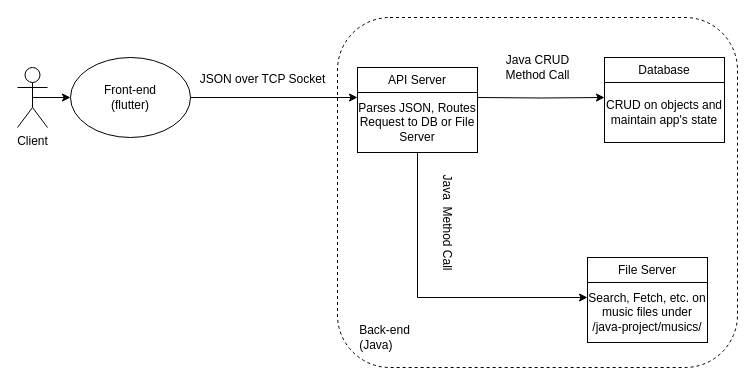
The draw.io diagram AP-project-diagram.drawio in mohsenkamini/SBU_AP_Project_Java, before the edit. Source tidied: cells renumbered, new cells numbered last; positions are measured from the earlier drawing's top-left corner, leaving out a move shared by most shapes. Both pictures are drawn from the tidied source at 100%, with x=0, y=0 at pixel (17, 17).
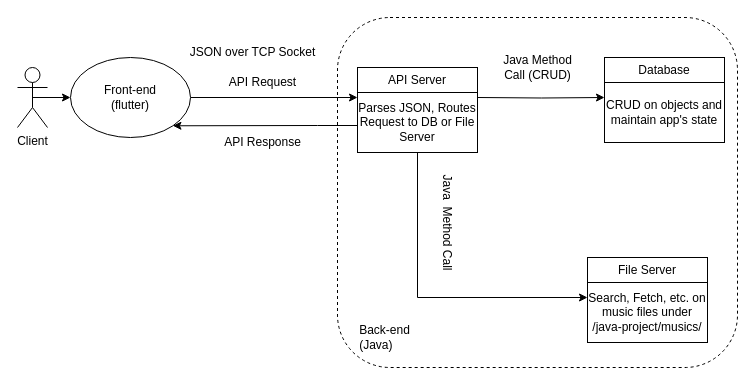
The same page after the edit.

The change refers to these unchanged cells:
```xml
<mxCell id="3" value="Front-end&lt;br&gt;(flutter)" style="ellipse;whiteSpace=wrap;html=1;" parent="1" vertex="1">
  <mxGeometry x="53" y="40" width="120" height="80" as="geometry" />
</mxCell>
<mxCell id="15" value="Parses JSON, Routes Request to DB or File Server" style="rounded=0;whiteSpace=wrap;html=1;" parent="13" vertex="1">
  <mxGeometry y="25" width="120" height="60" as="geometry" />
</mxCell>
```

The edit, as a diff of the source:
```diff
@@
     <mxCell id="9" value="JSON over TCP Socket" style="text;html=1;align=center;verticalAlign=middle;strokeColor=none;fillColor=none;" parent="1" vertex="1">
-      <mxGeometry x="170" y="47" width="150" height="30" as="geometry" />
+      <mxGeometry x="160" y="20" width="150" height="30" as="geometry" />
     </mxCell>
@@
-    <mxCell id="11" value="Java CRUD&lt;br&gt;Method Call" style="text;html=1;align=center;verticalAlign=middle;strokeColor=none;fillColor=none;" parent="1" vertex="1">
+    <mxCell id="11" value="Java Method &lt;br&gt;Call (CRUD)" style="text;html=1;align=center;verticalAlign=middle;strokeColor=none;fillColor=none;" parent="1" vertex="1">
       <mxGeometry x="475" y="30" width="90" height="40" as="geometry" />
     </mxCell>
@@
+    <mxCell id="22" value="API Request" style="text;html=1;align=center;verticalAlign=middle;strokeColor=none;fillColor=none;" parent="1" vertex="1">
+      <mxGeometry x="200" y="50" width="90" height="30" as="geometry" />
+    </mxCell>
+    <mxCell id="23" style="edgeStyle=orthogonalEdgeStyle;rounded=0;jettySize=auto;html=1;entryX=1;entryY=1;entryDx=0;entryDy=0;" parent="1" edge="1" source="15" target="3">
+      <mxGeometry relative="1" as="geometry">
+        <Array as="points">
+          <mxPoint x="300" y="108" />
+          <mxPoint x="300" y="108" />
+        </Array>
+      </mxGeometry>
+    </mxCell>
+    <mxCell id="24" value="API Response" style="text;html=1;align=center;verticalAlign=middle;strokeColor=none;fillColor=none;" parent="1" vertex="1">
+      <mxGeometry x="195" y="110" width="100" height="30" as="geometry" />
+    </mxCell>
```
